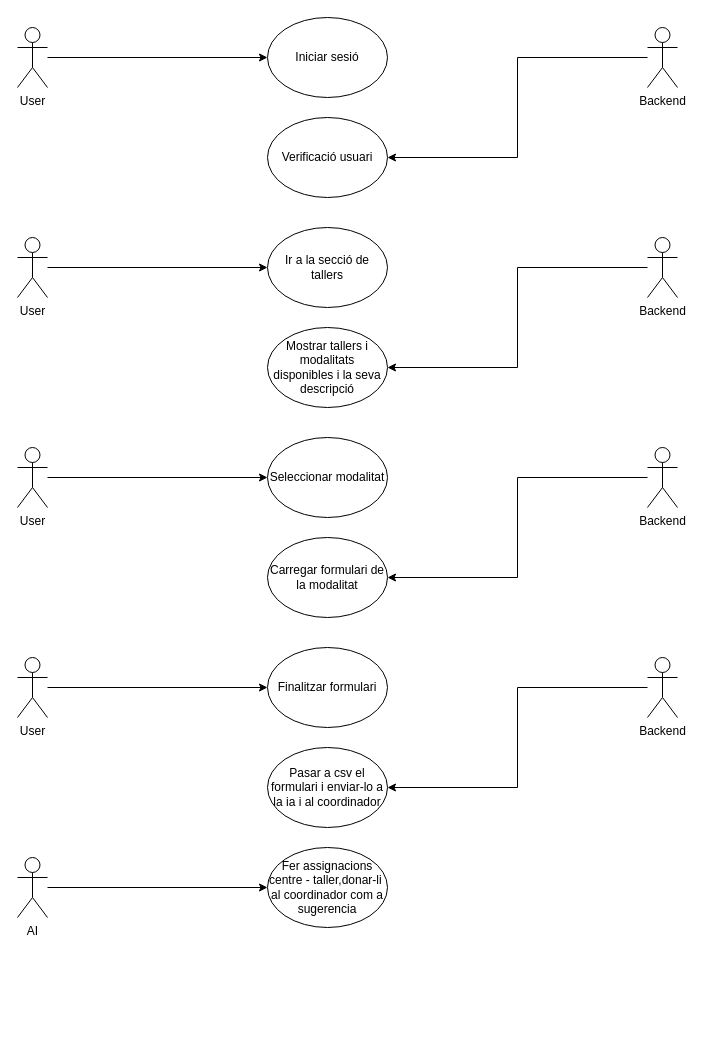
Before: Diagrames/Diagrama casos d'ús.drawio in Vers4t1l/tr2-24-25-front-back-damtr2g_phija, a draw.io diagram. Source tidied: cells renumbered, new cells numbered last; positions are measured from the earlier drawing's top-left corner, leaving out a move shared by most shapes. Both pictures are drawn from the tidied source at 100%, with x=0, y=0 at pixel (17, 17).
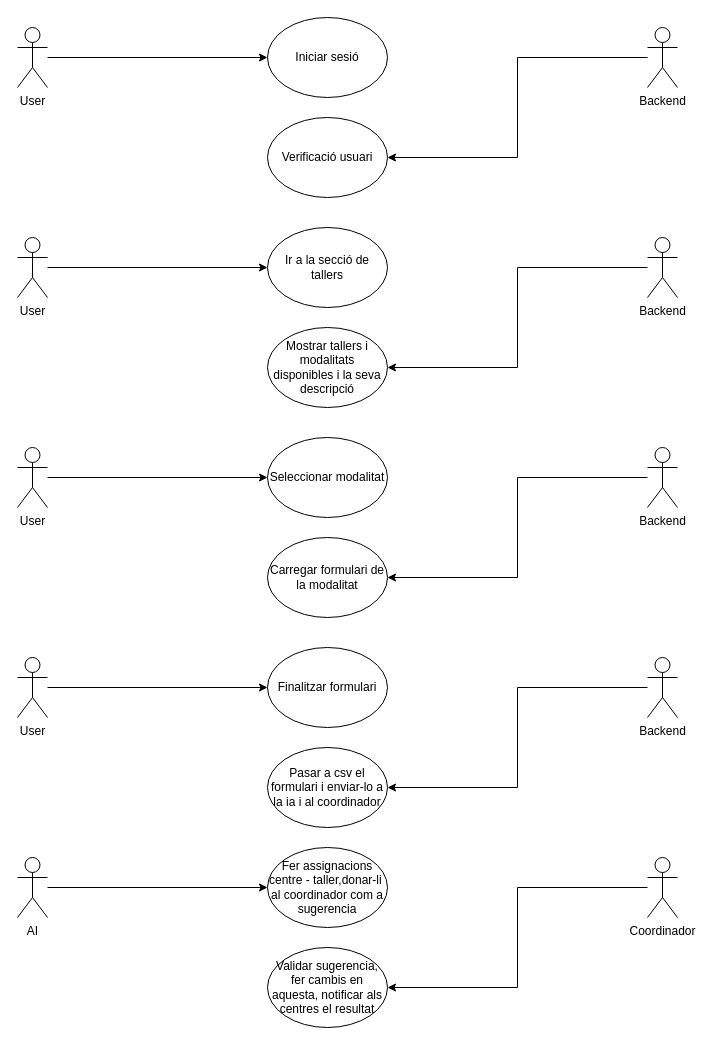
Above is the later version.

The edit, as a diff of the source:
```diff
@@
+    <mxCell id="29" style="edgeStyle=orthogonalEdgeStyle;rounded=0;jettySize=auto;html=1;entryX=1;entryY=0.5;entryDx=0;entryDy=0;" parent="1" edge="1" source="30" target="31">
+      <mxGeometry relative="1" as="geometry" />
+    </mxCell>
+    <mxCell id="30" value="Coordinador" style="shape=umlActor;verticalLabelPosition=bottom;verticalAlign=top;html=1;outlineConnect=0;" parent="1" vertex="1">
+      <mxGeometry x="630" y="840" width="30" height="60" as="geometry" />
+    </mxCell>
+    <mxCell id="31" value="Validar sugerencia, fer cambis en aquesta, notificar als centres el resultat" style="ellipse;whiteSpace=wrap;html=1;" parent="1" vertex="1">
+      <mxGeometry x="250" y="930" width="120" height="80" as="geometry" />
+    </mxCell>
```
